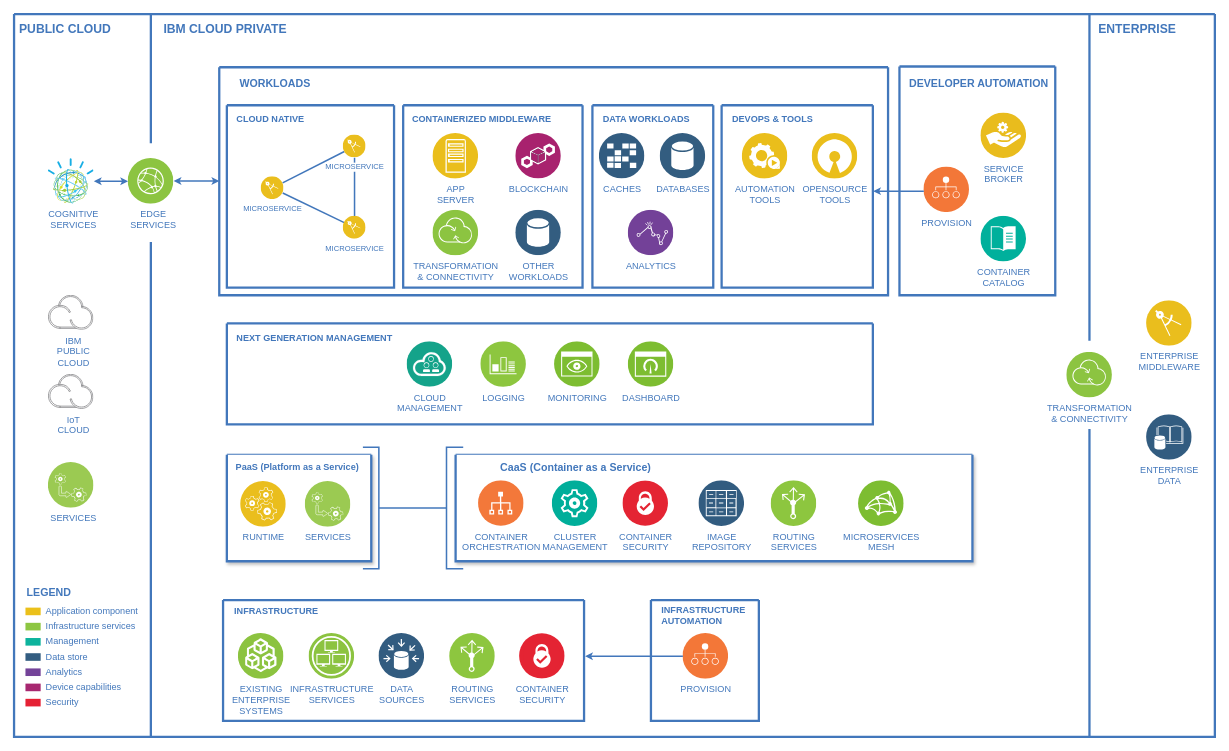
The draw.io diagram Untitled Diagram.drawio in Celera/postfix, before the edit. Source tidied: cells renumbered, new cells numbered last; positions are measured from the earlier drawing's top-left corner, leaving out a move shared by most shapes. Both pictures are drawn from the tidied source at 76%, with x=0, y=0 at pixel (14, 14).
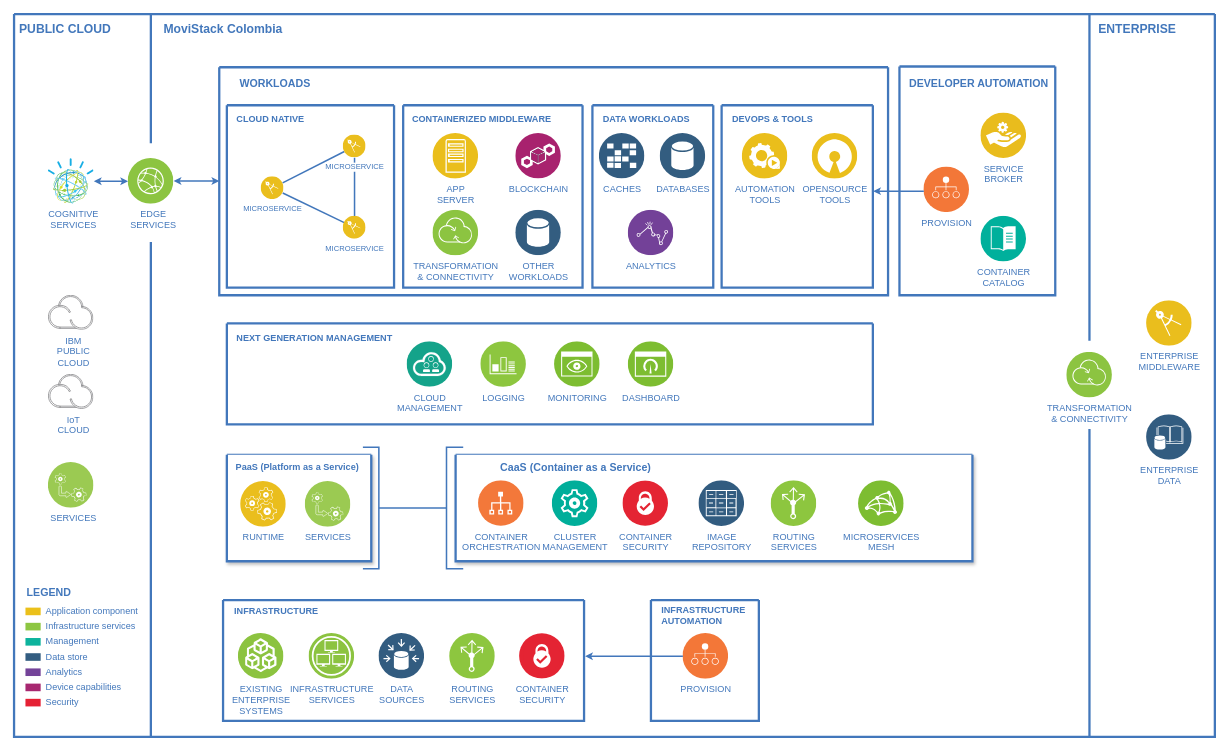
Above is the later version.

Unchanged cells that the change refers to:
```xml
<mxCell id="2" style="swimlane;shadow=0;strokeColor=#4277BB;fillColor=#ffffff;fontColor=none;align=right;startSize=0;noLabel=1;strokeWidth=3;" parent="1" vertex="1">
  <mxGeometry width="1580" height="951" as="geometry" />
</mxCell>
```

Diff of the diagram source:
```diff
@@
-    <mxCell id="9" value="IBM CLOUD PRIVATE" style="text;html=1;align=left;verticalAlign=middle;fontColor=#4277BB;shadow=0;dashed=0;strokeColor=none;fillColor=none;labelBackgroundColor=none;fontStyle=1;fontSize=16;spacingLeft=5;" parent="2" vertex="1">
+    <mxCell id="9" value="&lt;div&gt;MoviStack Colombia&lt;br&gt;&lt;/div&gt;" style="text;html=1;align=left;verticalAlign=middle;fontColor=#4277BB;shadow=0;dashed=0;strokeColor=none;fillColor=none;labelBackgroundColor=none;fontStyle=1;fontSize=16;spacingLeft=5;" parent="2" vertex="1">
       <mxGeometry x="190" y="10" width="150" height="20" as="geometry" />
     </mxCell>
```
